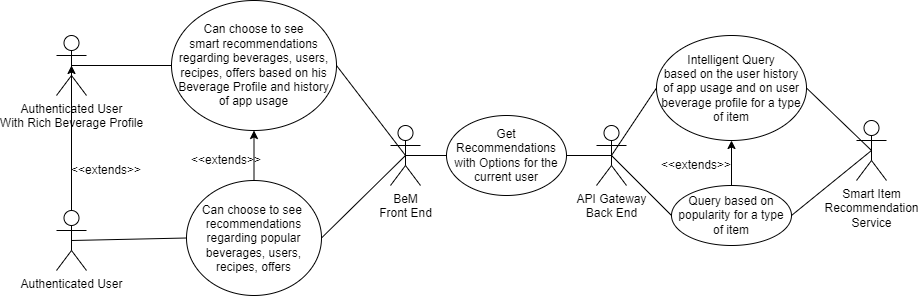
Above: diagrams/use_case/smart_item_recommendation.png in Elaech/Wade-BeM (draw.io), before the change. Source tidied: cells renumbered, new cells last; positions are measured from the earlier drawing's top-left corner, leaving out a move shared by most shapes.
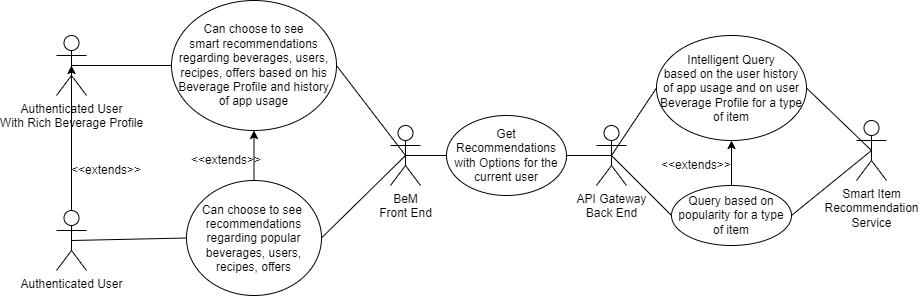
Above is the later version.

Diff of the diagram source:
```diff
@@ -53,7 +53,7 @@
     <mxCell id="18" style="endArrow=none;html=1;rounded=0;exitX=0.5;exitY=0.5;exitDx=0;exitDy=0;exitPerimeter=0;entryX=0;entryY=0.5;entryDx=0;entryDy=0;" parent="1" edge="1" source="3" target="19">
       <mxGeometry relative="1" as="geometry" />
     </mxCell>
-    <mxCell id="19" value="Intelligent Query&lt;br&gt;based on the user history of app usage and on user beverage profile for a type of item" style="ellipse;whiteSpace=wrap;html=1;" parent="1" vertex="1">
+    <mxCell id="19" value="Intelligent Query&lt;br&gt;based on the user history of app usage and on user Beverage Profile for a type of item" style="ellipse;whiteSpace=wrap;html=1;" parent="1" vertex="1">
       <mxGeometry x="600" y="35" width="150" height="105" as="geometry" />
     </mxCell>
     <mxCell id="20" style="endArrow=none;html=1;rounded=0;exitX=0.5;exitY=0.5;exitDx=0;exitDy=0;exitPerimeter=0;entryX=1;entryY=0.5;entryDx=0;entryDy=0;" parent="1" edge="1" source="5" target="19">
```
